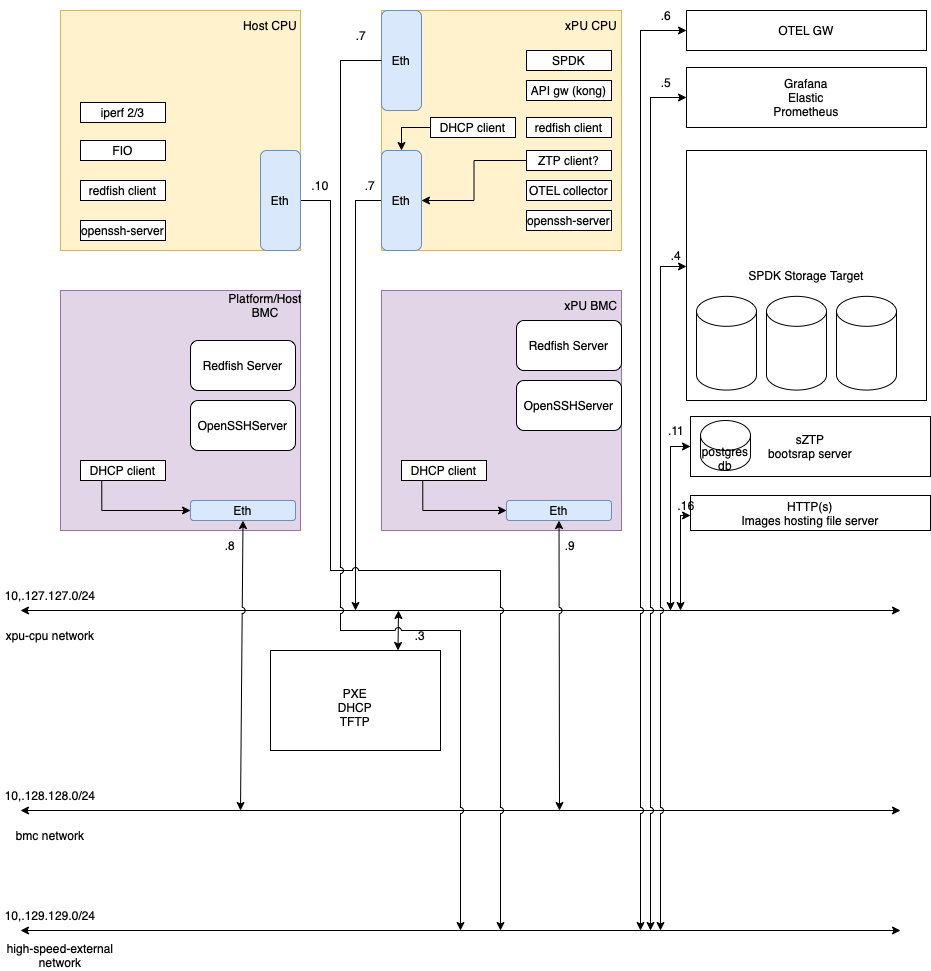
Above: integration/xPU-Integration-Blocks.png in vikumarks/opi-poc (draw.io), before the change. Source tidied: cells renumbered, new cells last; positions are measured from the earlier drawing's top-left corner, leaving out a move shared by most shapes.
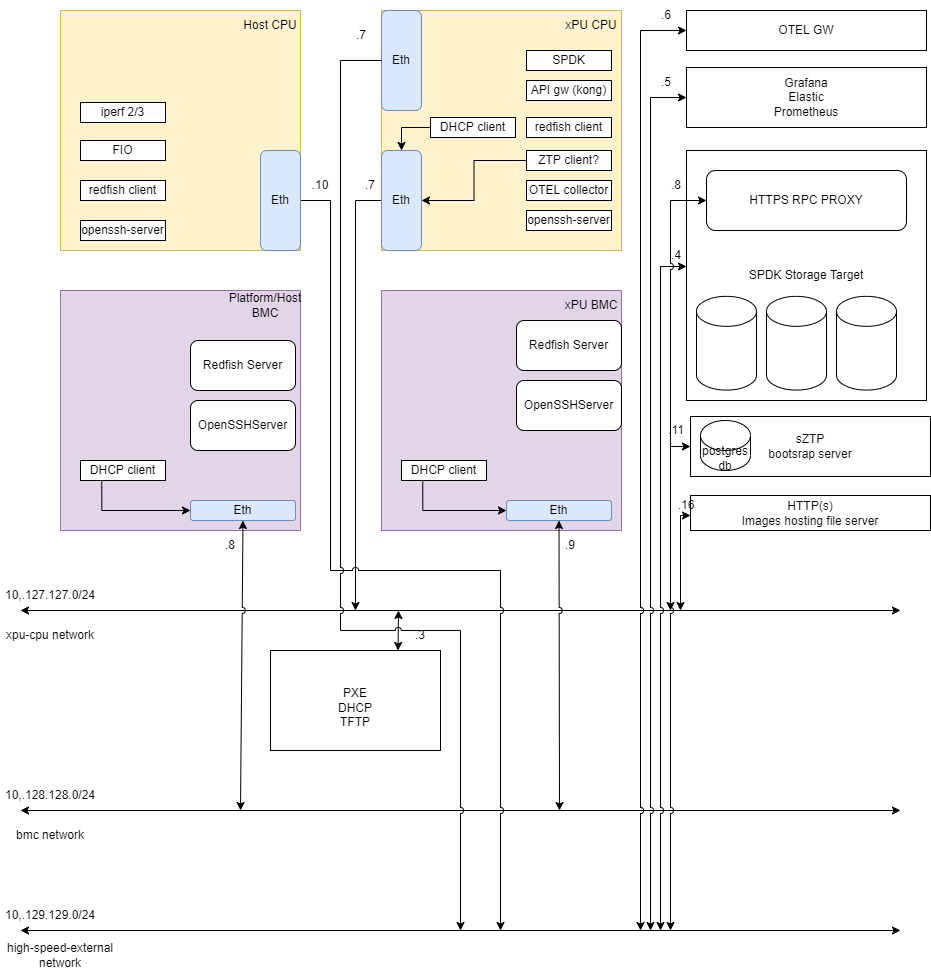
After the change.

What changed in the source:
```diff
@@ -100,6 +100,9 @@
     <mxCell id="31" style="shape=cylinder3;whiteSpace=wrap;html=1;boundedLbl=1;backgroundOutline=1;size=15;" parent="27" vertex="1">
       <mxGeometry x="80" y="145.8" width="60" height="93.8" as="geometry" />
     </mxCell>
+    <mxCell id="87" value="HTTPS RPC PROXY" style="rounded=1;whiteSpace=wrap;html=1;" parent="27" vertex="1">
+      <mxGeometry x="20" y="20" width="200" height="60" as="geometry" />
+    </mxCell>
     <mxCell id="32" style="edgeStyle=orthogonalEdgeStyle;rounded=0;jettySize=auto;html=1;exitX=1;exitY=0.5;exitDx=0;exitDy=0;jumpStyle=arc;" parent="1" edge="1" source="55">
       <mxGeometry relative="1" as="geometry">
         <mxPoint x="500" y="930" as="targetPoint" />
@@ -314,5 +317,16 @@
         </Array>
       </mxGeometry>
     </mxCell>
+    <mxCell id="88" style="endArrow=classic;startArrow=classic;html=1;rounded=0;entryX=0;entryY=0.5;entryDx=0;entryDy=0;jumpStyle=arc;" parent="1" edge="1" target="87">
+      <mxGeometry relative="1" as="geometry">
+        <mxPoint x="670" y="930" as="sourcePoint" />
+        <Array as="points">
+          <mxPoint x="670" y="200" />
+        </Array>
+      </mxGeometry>
+    </mxCell>
+    <mxCell id="89" value=".8" style="text;html=1;strokeColor=none;fillColor=none;align=center;verticalAlign=middle;whiteSpace=wrap;rounded=0;" parent="1" vertex="1">
+      <mxGeometry x="656" y="170" width="40" height="30" as="geometry" />
+    </mxCell>
   </root>
 </mxGraphModel>
```
